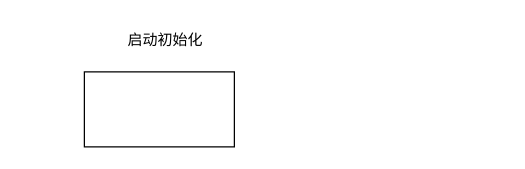
xiazi-yu/triton-server-read keeps this draw.io diagram as triton-server.drawio. Above is the earlier version. Source tidied: cells renumbered, new cells numbered last; positions are measured from the earlier drawing's top-left corner, leaving out a move shared by most shapes. Both pictures are drawn from the tidied source at 125%, with x=0, y=0 at pixel (84, 21).
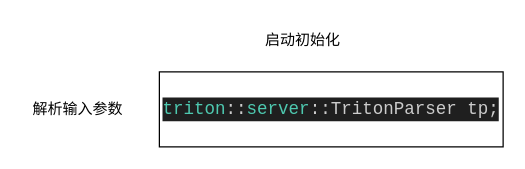
The same diagram, later.

Diff of the diagram source:
```diff
@@
 <mxGraphModel>
   <root>
     <mxCell id="0" />
     <mxCell id="1" parent="0" />
-    <mxCell id="2" style="rounded=0;whiteSpace=wrap;html=1;" parent="1" vertex="1">
-      <mxGeometry y="40" width="120" height="60" as="geometry" />
+    <mxCell id="2" value="&lt;div style=&quot;color: rgb(204, 204, 204); background-color: rgb(31, 31, 31); font-family: Consolas, &amp;quot;Courier New&amp;quot;, monospace; font-size: 14px; line-height: 19px; white-space: pre;&quot;&gt;&lt;span style=&quot;color: #4ec9b0;&quot;&gt;triton&lt;/span&gt;::&lt;span style=&quot;color: #4ec9b0;&quot;&gt;server&lt;/span&gt;::TritonParser tp;&lt;/div&gt;" style="rounded=0;whiteSpace=wrap;html=1;" parent="1" vertex="1">
+      <mxGeometry x="60" y="40" width="275" height="60" as="geometry" />
     </mxCell>
     <mxCell id="3" value="启动初始化" style="text;strokeColor=none;align=center;fillColor=none;html=1;verticalAlign=middle;whiteSpace=wrap;rounded=0;" parent="1" vertex="1">
-      <mxGeometry x="30" width="70" height="30" as="geometry" />
+      <mxGeometry x="140" width="70" height="30" as="geometry" />
     </mxCell>
+    <mxCell id="4" value="解析输入参数" style="text;strokeColor=none;align=center;fillColor=none;html=1;verticalAlign=middle;whiteSpace=wrap;rounded=0;" parent="1" vertex="1">
+      <mxGeometry x="-50" y="55" width="90" height="30" as="geometry" />
+    </mxCell>
   </root>
 </mxGraphModel>
```
